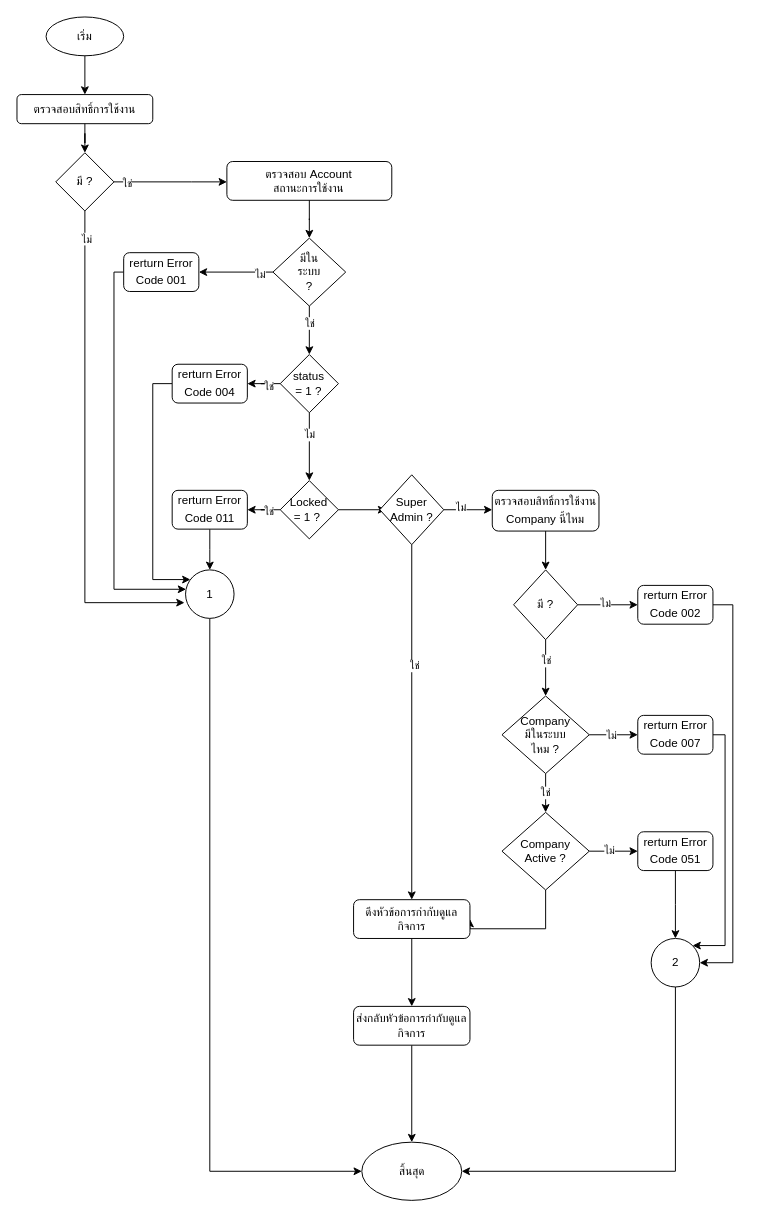
charifrodmanee/charifrodmanee keeps this draw.io diagram as page "Page-1" (1 of 4) of CoporateGovernanceDetail.drawio. Above is the earlier version. Source tidied: cells renumbered, new cells numbered last; positions are measured from the earlier drawing's top-left corner, leaving out a move shared by most shapes. Both pictures are drawn from the tidied source at 97%, with x=0, y=0 at pixel (16, 16).
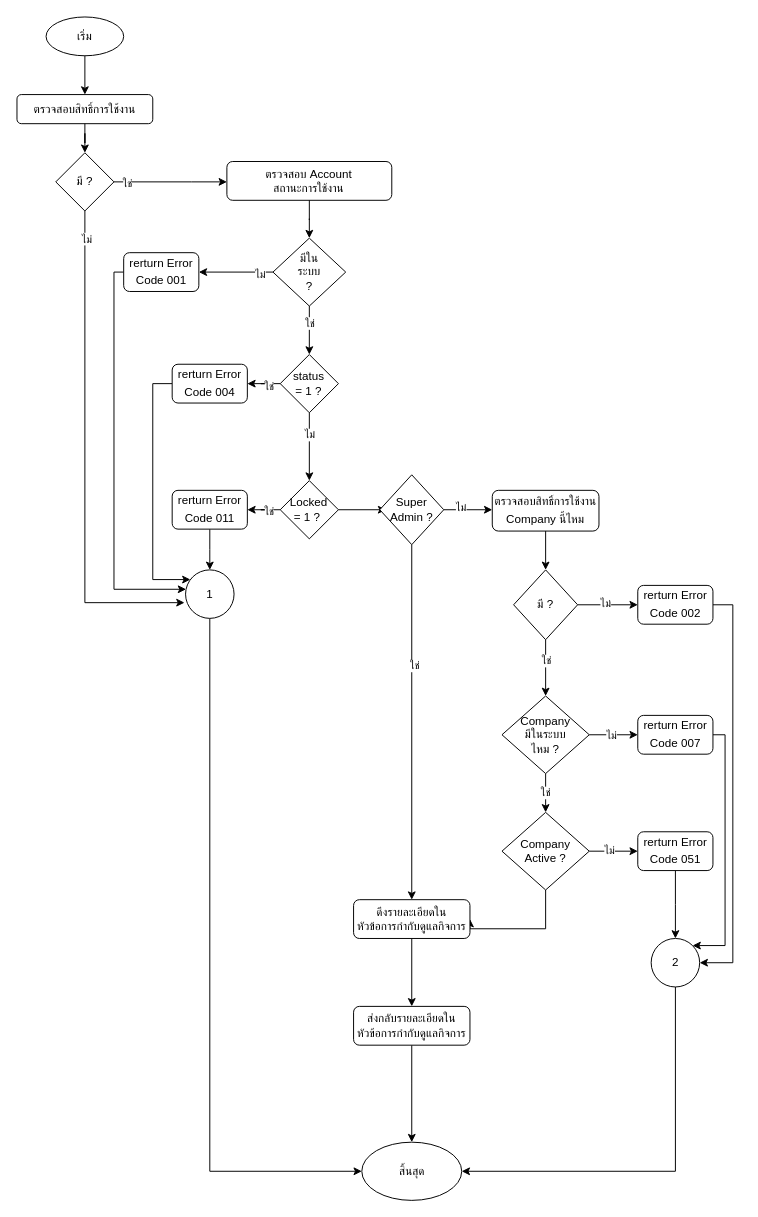
The same page after the edit.

What changed in the source:
```diff
@@
-    <mxCell id="62" value="ดึงหัวข้อการกำกับดูแลกิจการ" style="rounded=1;whiteSpace=wrap;html=1;" parent="1" vertex="1">
+    <mxCell id="62" value="ดึงรายละเอียดใน&lt;br&gt;หัวข้อการกำกับดูแลกิจการ" style="rounded=1;whiteSpace=wrap;html=1;" parent="1" vertex="1">
       <mxGeometry x="347" y="910" width="120" height="40" as="geometry" />
     </mxCell>
@@
-    <mxCell id="67" value="ส่งกลับหัวข้อการกำกับดูแลกิจการ" style="rounded=1;whiteSpace=wrap;html=1;" parent="1" vertex="1">
+    <mxCell id="67" value="ส่งกลับรายละเอียดใน&lt;br&gt;หัวข้อการกำกับดูแลกิจการ" style="rounded=1;whiteSpace=wrap;html=1;" parent="1" vertex="1">
       <mxGeometry x="347" y="1020" width="120" height="40" as="geometry" />
     </mxCell>
```
